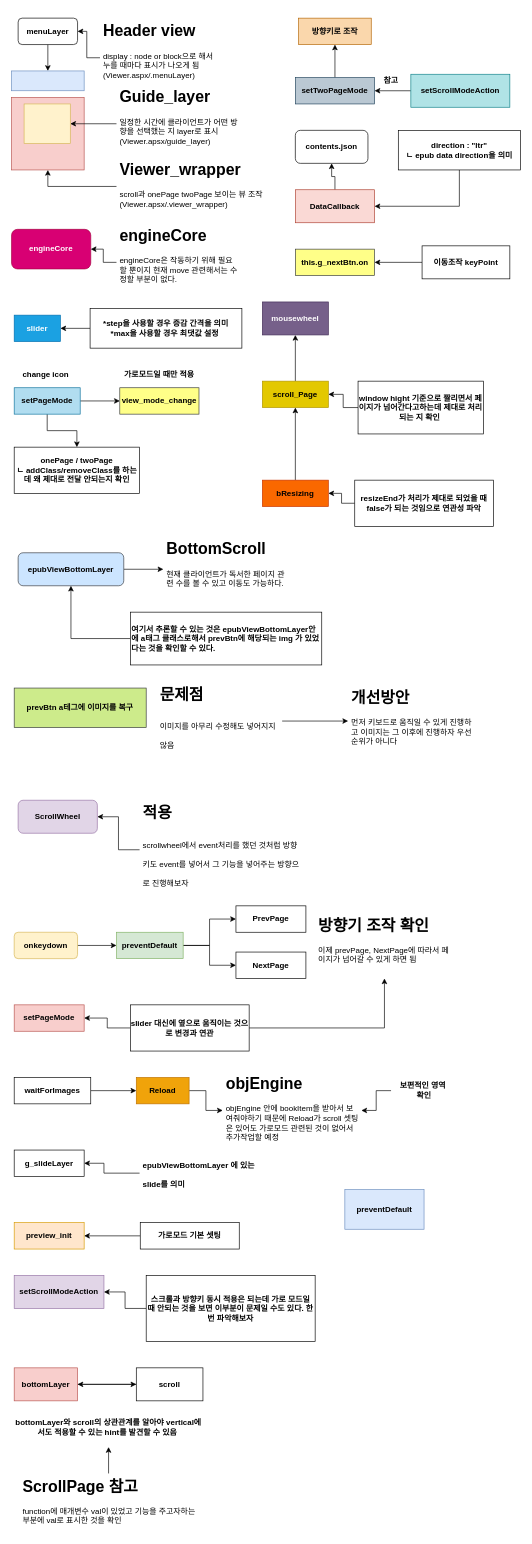
The draw.io diagram Untitled Diagram.drawio in junhee916/basic_Modify, before the edit. Source tidied: cells renumbered, new cells numbered last; positions are measured from the earlier drawing's top-left corner, leaving out a move shared by most shapes. Both pictures are drawn from the tidied source at 66%, with x=0, y=0 at pixel (11, 18).
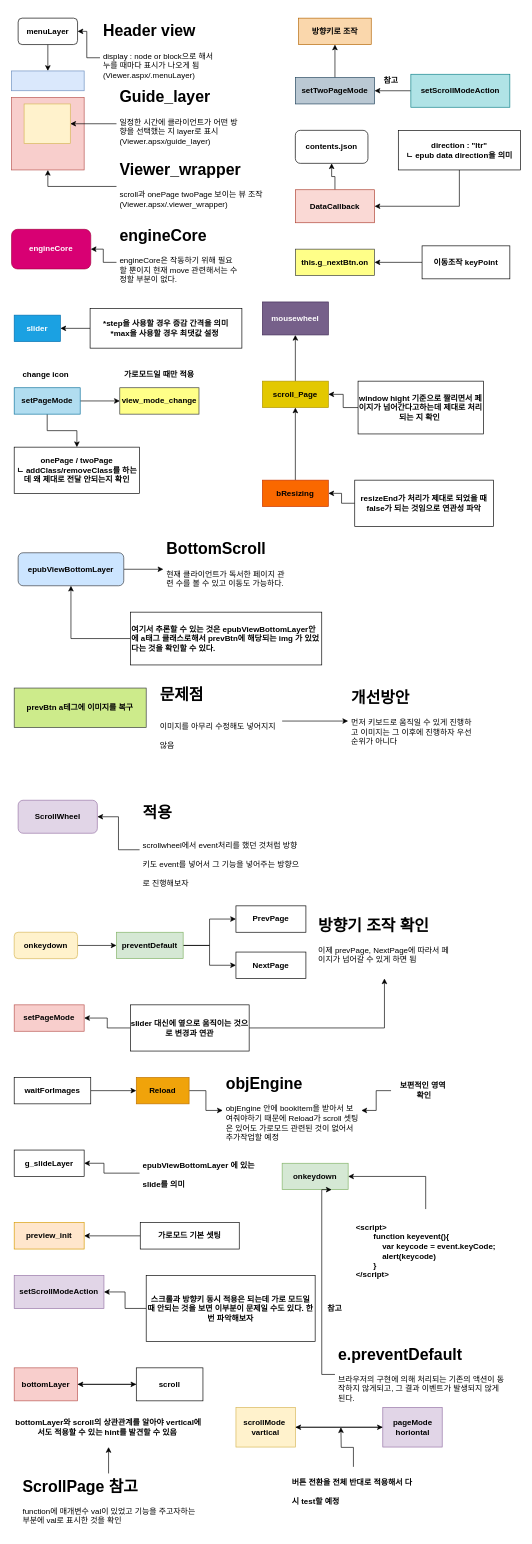
The same diagram, later.

Diff of the diagram source:
```diff
@@
-    <mxCell id="96" value="&lt;b&gt;preventDefault&lt;/b&gt;" style="rounded=0;whiteSpace=wrap;html=1;fillColor=#dae8fc;strokeColor=#6c8ebf;" parent="1" vertex="1">
-      <mxGeometry x="505" y="1775" width="120" height="60" as="geometry" />
-    </mxCell>
+    <mxCell id="97" value="&lt;b&gt;onkeydown&lt;/b&gt;" style="rounded=0;whiteSpace=wrap;html=1;fillColor=#d5e8d4;strokeColor=#82b366;" parent="1" vertex="1">
+      <mxGeometry x="410" y="1735" width="100" height="40" as="geometry" />
+    </mxCell>
+    <mxCell id="98" style="edgeStyle=orthogonalEdgeStyle;rounded=0;jettySize=auto;html=1;entryX=1;entryY=0.5;entryDx=0;entryDy=0;" parent="1" edge="1" source="99" target="97">
+      <mxGeometry relative="1" as="geometry">
+        <Array as="points">
+          <mxPoint x="628" y="1755" />
+        </Array>
+      </mxGeometry>
+    </mxCell>
+    <mxCell id="99" value="&lt;div&gt;&lt;b&gt;&amp;lt;script&amp;gt;&lt;/b&gt;&lt;/div&gt;&lt;div&gt;&lt;b&gt;&amp;nbsp; &amp;nbsp; &amp;nbsp; &amp;nbsp; function keyevent(){&lt;/b&gt;&lt;/div&gt;&lt;div&gt;&lt;b&gt;&amp;nbsp; &amp;nbsp; &amp;nbsp; &amp;nbsp; &amp;nbsp; &amp;nbsp; var keycode = event.keyCode;&lt;/b&gt;&lt;/div&gt;&lt;div&gt;&lt;b&gt;&amp;nbsp; &amp;nbsp; &amp;nbsp; &amp;nbsp; &amp;nbsp; &amp;nbsp; alert(keycode)&lt;/b&gt;&lt;/div&gt;&lt;div&gt;&lt;b&gt;&amp;nbsp; &amp;nbsp; &amp;nbsp; &amp;nbsp; }&lt;/b&gt;&lt;/div&gt;&lt;div&gt;&lt;b&gt;&amp;lt;/script&amp;gt;&lt;/b&gt;&lt;/div&gt;" style="rounded=0;whiteSpace=wrap;html=1;strokeColor=#FFFFFF;align=left;" parent="1" vertex="1">
+      <mxGeometry x="520" y="1805" width="215" height="125" as="geometry" />
+    </mxCell>
+    <mxCell id="100" style="edgeStyle=orthogonalEdgeStyle;rounded=0;jettySize=auto;html=1;entryX=0.75;entryY=1;entryDx=0;entryDy=0;" parent="1" edge="1" source="101" target="97">
+      <mxGeometry relative="1" as="geometry">
+        <Array as="points">
+          <mxPoint x="470" y="2055" />
+          <mxPoint x="470" y="1775" />
+        </Array>
+      </mxGeometry>
+    </mxCell>
+    <mxCell id="101" value="&lt;h1&gt;e.preventDefault&amp;nbsp;&lt;/h1&gt;&lt;p&gt;브라우저의 구현에 의해 처리되는 기존의 액션이 동작하지 않게되고, 그 결과 이벤트가 발생되지 않게 된다.&lt;/p&gt;" style="text;html=1;strokeColor=none;fillColor=none;spacing=5;spacingTop=-20;whiteSpace=wrap;overflow=hidden;rounded=0;" parent="1" vertex="1">
+      <mxGeometry x="490" y="2005" width="260" height="100" as="geometry" />
+    </mxCell>
+    <mxCell id="102" value="&lt;b&gt;참고&lt;/b&gt;" style="text;html=1;strokeColor=none;fillColor=none;align=center;verticalAlign=middle;whiteSpace=wrap;rounded=0;" parent="1" vertex="1">
+      <mxGeometry x="470" y="1945" width="40" height="20" as="geometry" />
+    </mxCell>
+    <mxCell id="103" style="edgeStyle=orthogonalEdgeStyle;rounded=0;jettySize=auto;html=1;" parent="1" edge="1" source="104" target="106">
+      <mxGeometry relative="1" as="geometry" />
+    </mxCell>
+    <mxCell id="104" value="&lt;b&gt;scrollMode&amp;nbsp;&lt;br&gt;vartical&lt;/b&gt;" style="rounded=0;whiteSpace=wrap;html=1;fillColor=#fff2cc;strokeColor=#d6b656;" parent="1" vertex="1">
+      <mxGeometry x="340" y="2105" width="90" height="60" as="geometry" />
+    </mxCell>
+    <mxCell id="105" style="edgeStyle=orthogonalEdgeStyle;rounded=0;jettySize=auto;html=1;entryX=1;entryY=0.5;entryDx=0;entryDy=0;" parent="1" edge="1" source="106" target="104">
+      <mxGeometry relative="1" as="geometry" />
+    </mxCell>
+    <mxCell id="106" value="&lt;b&gt;pageMode&lt;br&gt;horiontal&lt;br&gt;&lt;/b&gt;" style="rounded=0;whiteSpace=wrap;html=1;fillColor=#e1d5e7;strokeColor=#9673a6;" parent="1" vertex="1">
+      <mxGeometry x="562.5" y="2105" width="90" height="60" as="geometry" />
+    </mxCell>
+    <mxCell id="107" style="edgeStyle=orthogonalEdgeStyle;rounded=0;jettySize=auto;html=1;" parent="1" edge="1" source="108">
+      <mxGeometry relative="1" as="geometry">
+        <mxPoint x="499" y="2135" as="targetPoint" />
+      </mxGeometry>
+    </mxCell>
+    <mxCell id="108" value="&lt;h1&gt;&lt;span style=&quot;font-size: 12px&quot;&gt;버튼 전환을 전체 반대로 적용해서 다시 test할 예정&amp;nbsp;&lt;/span&gt;&lt;/h1&gt;" style="text;html=1;strokeColor=none;fillColor=none;spacing=5;spacingTop=-20;whiteSpace=wrap;overflow=hidden;rounded=0;" parent="1" vertex="1">
+      <mxGeometry x="420" y="2195" width="196" height="70" as="geometry" />
+    </mxCell>
```
